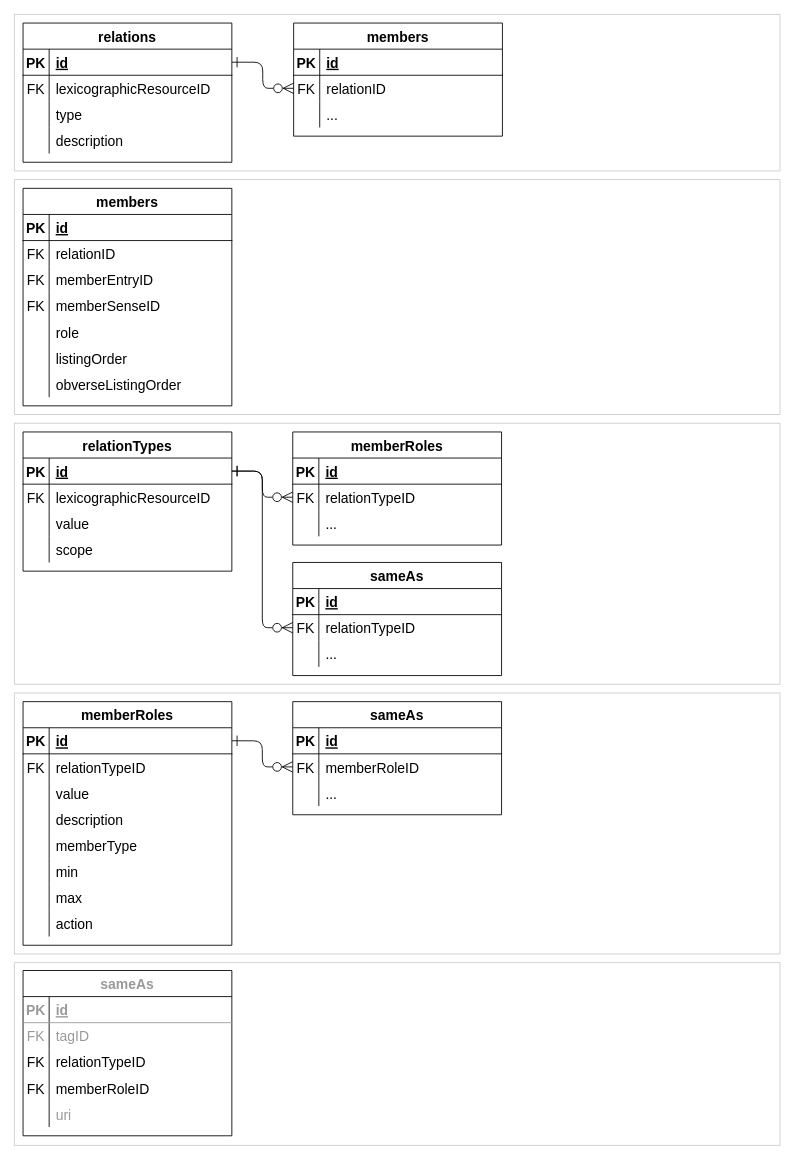
This is dmlex-v1.0/specification/modules/linking/databaseDiagrams/diagrams.drawio from oasis-tcs/lexidma, a draw.io file, before an edit. Source tidied: cells renumbered, new cells numbered last; positions are measured from the earlier drawing's top-left corner, leaving out a move shared by most shapes. Both pictures are drawn from the tidied source at 87%, with x=0, y=0 at pixel (14, 14).
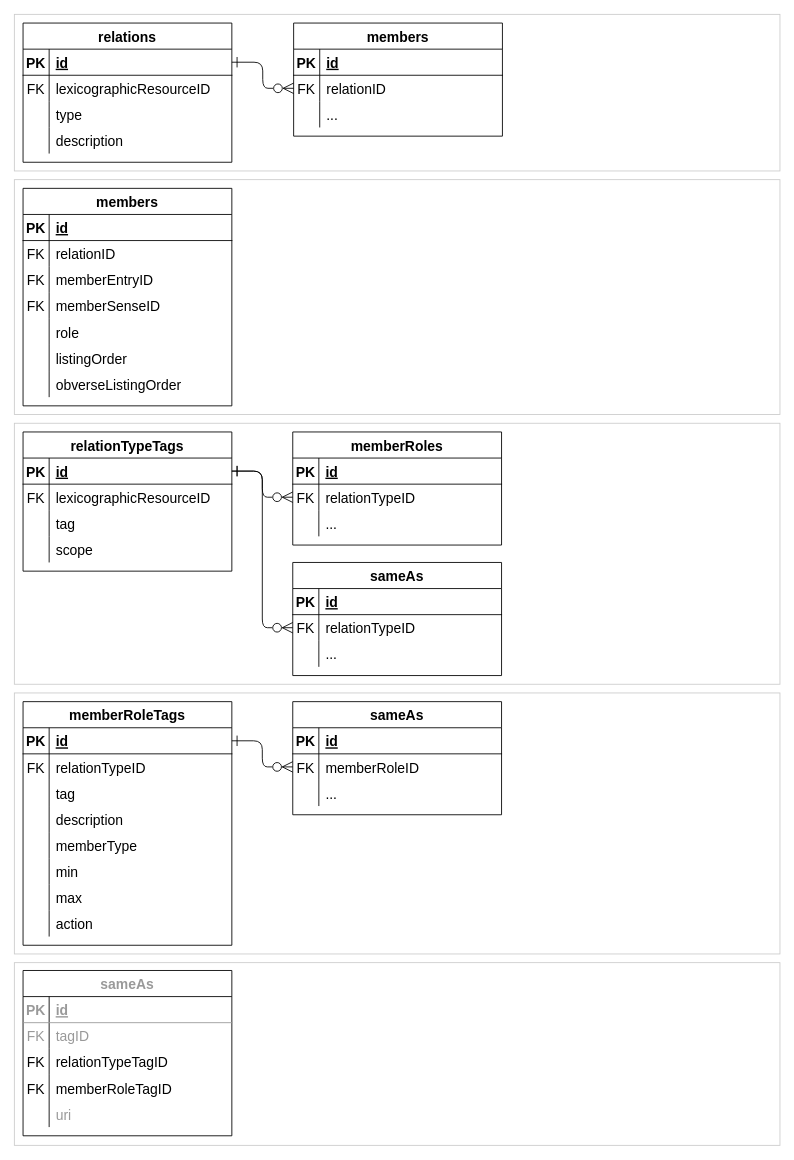
Above is the later version.

The change refers to these unchanged cells:
```xml
<mxCell id="59" style="shape=tableRow;horizontal=0;startSize=0;swimlaneHead=0;swimlaneBody=0;fillColor=none;top=0;left=0;right=0;bottom=0;fontSize=16;" parent="52" vertex="1">
  <mxGeometry y="90" width="240" height="30" as="geometry" />
</mxCell>
<mxCell id="94" style="shape=tableRow;horizontal=0;startSize=0;swimlaneHead=0;swimlaneBody=0;fillColor=none;top=0;left=0;right=0;bottom=0;fontSize=16;" parent="87" vertex="1">
  <mxGeometry y="90" width="240" height="30" as="geometry" />
</mxCell>
<mxCell id="131" style="shape=tableRow;horizontal=0;startSize=0;swimlaneHead=0;swimlaneBody=0;fillColor=none;top=0;left=0;right=0;bottom=0;fontSize=16;" parent="124" vertex="1">
  <mxGeometry y="90" width="240" height="30" as="geometry" />
</mxCell>
<mxCell id="134" style="shape=tableRow;horizontal=0;startSize=0;swimlaneHead=0;swimlaneBody=0;fillColor=none;top=0;left=0;right=0;bottom=0;fontSize=16;fontColor=#000000;" parent="124" vertex="1">
  <mxGeometry y="120" width="240" height="30" as="geometry" />
</mxCell>
```

Diff of the diagram source:
```diff
@@
-    <mxCell id="52" value="relationTypes" style="shape=table;startSize=30;childLayout=tableLayout;rowLines=0;fontStyle=1;align=center;fontSize=16;" parent="1" vertex="1">
+    <mxCell id="52" value="relationTypeTags" style="shape=table;startSize=30;childLayout=tableLayout;rowLines=0;fontStyle=1;align=center;fontSize=16;" parent="1" vertex="1">
       <mxGeometry x="10" y="480" width="240" height="160" as="geometry" />
     </mxCell>
@@
-    <mxCell id="61" value="value" style="shape=partialRectangle;fillColor=none;top=0;left=0;bottom=0;right=0;align=left;spacingLeft=6;overflow=hidden;fontSize=16;" parent="59" vertex="1">
+    <mxCell id="61" value="tag" style="shape=partialRectangle;fillColor=none;top=0;left=0;bottom=0;right=0;align=left;spacingLeft=6;overflow=hidden;fontSize=16;" parent="59" vertex="1">
       <mxGeometry x="30" width="210" height="30" as="geometry" />
     </mxCell>
@@
-    <mxCell id="87" value="memberRoles" style="shape=table;startSize=30;childLayout=tableLayout;rowLines=0;fontStyle=1;align=center;fontSize=16;" parent="1" vertex="1">
+    <mxCell id="87" value="memberRoleTags" style="shape=table;startSize=30;childLayout=tableLayout;rowLines=0;fontStyle=1;align=center;fontSize=16;" parent="1" vertex="1">
       <mxGeometry x="10" y="790" width="240" height="280" as="geometry" />
     </mxCell>
@@
-    <mxCell id="96" value="value" style="shape=partialRectangle;fillColor=none;top=0;left=0;bottom=0;right=0;align=left;spacingLeft=6;overflow=hidden;fontSize=16;" parent="94" vertex="1">
+    <mxCell id="96" value="tag" style="shape=partialRectangle;fillColor=none;top=0;left=0;bottom=0;right=0;align=left;spacingLeft=6;overflow=hidden;fontSize=16;" parent="94" vertex="1">
       <mxGeometry x="30" width="210" height="30" as="geometry" />
     </mxCell>
@@
-    <mxCell id="133" value="relationTypeID" style="shape=partialRectangle;fillColor=none;top=0;left=0;bottom=0;right=0;align=left;spacingLeft=6;overflow=hidden;fontSize=16;" parent="131" vertex="1">
+    <mxCell id="133" value="relationTypeTagID" style="shape=partialRectangle;fillColor=none;top=0;left=0;bottom=0;right=0;align=left;spacingLeft=6;overflow=hidden;fontSize=16;" parent="131" vertex="1">
       <mxGeometry x="30" width="210" height="30" as="geometry" />
     </mxCell>
@@
-    <mxCell id="136" value="memberRoleID" style="shape=partialRectangle;fillColor=none;top=0;left=0;bottom=0;right=0;align=left;spacingLeft=6;overflow=hidden;fontSize=16;fontColor=#000000;" parent="134" vertex="1">
+    <mxCell id="136" value="memberRoleTagID" style="shape=partialRectangle;fillColor=none;top=0;left=0;bottom=0;right=0;align=left;spacingLeft=6;overflow=hidden;fontSize=16;fontColor=#000000;" parent="134" vertex="1">
       <mxGeometry x="30" width="210" height="30" as="geometry" />
     </mxCell>
```
